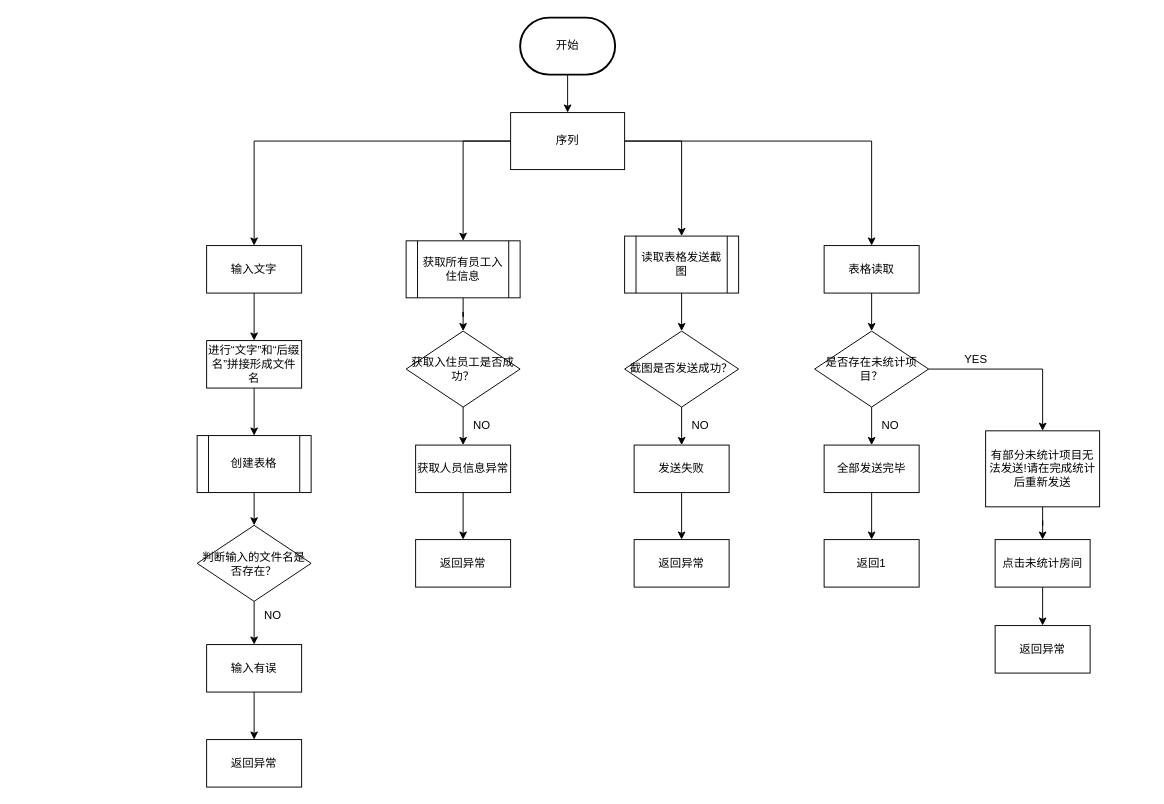
The draw.io diagram page "Main函数" (3 of 12) of Diagram Tanpa Judul.drawio in huangbaozhi/UML, before the edit. Source tidied: cells renumbered, new cells numbered last; positions are measured from the earlier drawing's top-left corner, leaving out a move shared by most shapes. Both pictures are drawn from the tidied source at 95%, with x=0, y=0 at pixel (197, 17).
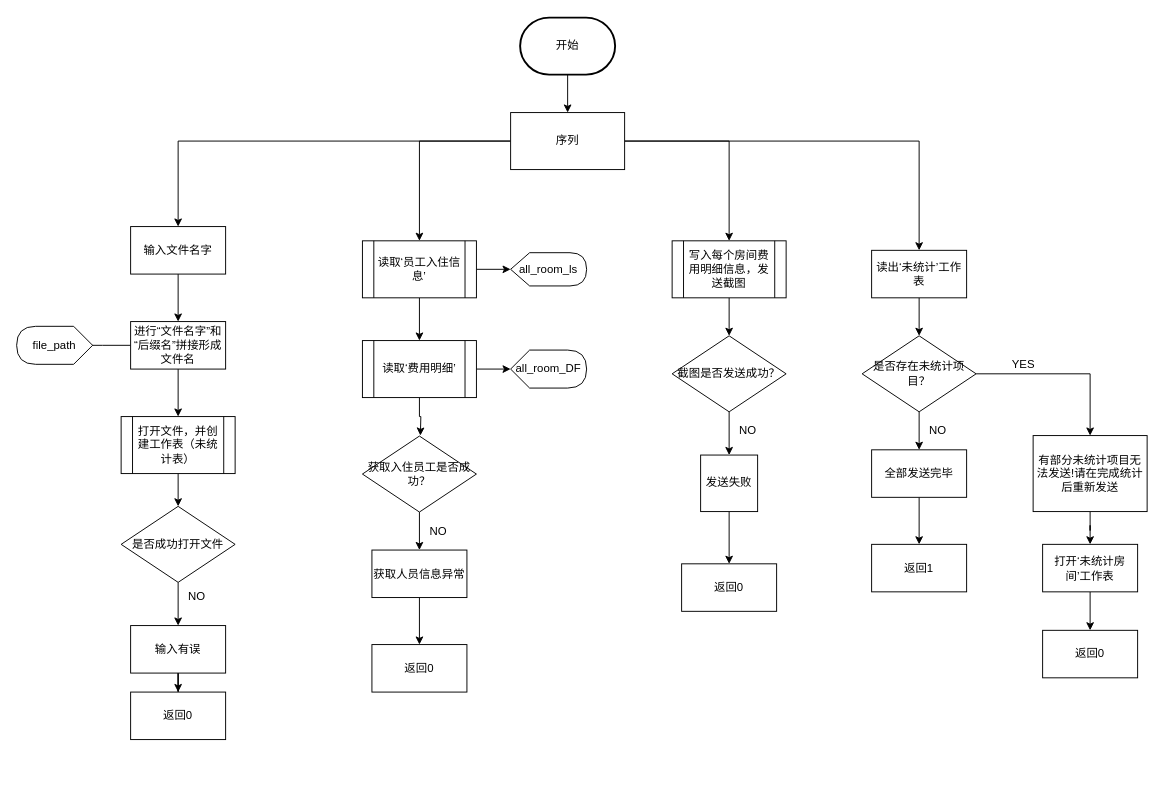
The same diagram, later.

The change refers to these unchanged cells:
```xml
<mxCell id="8" value="序列" style="rounded=0;whiteSpace=wrap;html=1;" parent="1" vertex="1">
  <mxGeometry x="330" y="100" width="120" height="60" as="geometry" />
</mxCell>
```

The edit, as a diff of the source:
```diff
@@
+    <mxCell id="7" style="edgeStyle=orthogonalEdgeStyle;rounded=0;jettySize=auto;html=1;entryX=0.5;entryY=0;entryDx=0;entryDy=0;" parent="1" edge="1" source="8" target="32">
+      <mxGeometry relative="1" as="geometry" />
+    </mxCell>
-    <mxCell id="5" style="edgeStyle=orthogonalEdgeStyle;rounded=0;jettySize=auto;html=1;" parent="1" edge="1" source="8" target="34">
-      <mxGeometry relative="1" as="geometry">
-        <Array as="points">
-          <mxPoint x="280" y="130" />
-        </Array>
-      </mxGeometry>
+    <mxCell id="5" style="edgeStyle=orthogonalEdgeStyle;rounded=0;jettySize=auto;html=1;exitX=0;exitY=0.5;exitDx=0;exitDy=0;entryX=0.5;entryY=0;entryDx=0;entryDy=0;" parent="1" edge="1" source="8" target="34">
+      <mxGeometry relative="1" as="geometry" />
     </mxCell>
-    <mxCell id="6" style="edgeStyle=orthogonalEdgeStyle;rounded=0;jettySize=auto;html=1;entryX=0.5;entryY=0;entryDx=0;entryDy=0;" parent="1" edge="1" source="8" target="36">
-      <mxGeometry relative="1" as="geometry">
-        <Array as="points">
-          <mxPoint x="510" y="130" />
-        </Array>
-      </mxGeometry>
+    <mxCell id="6" style="edgeStyle=orthogonalEdgeStyle;rounded=0;jettySize=auto;html=1;exitX=1;exitY=0.5;exitDx=0;exitDy=0;entryX=0.5;entryY=0;entryDx=0;entryDy=0;" parent="1" edge="1" source="8" target="36">
+      <mxGeometry relative="1" as="geometry" />
     </mxCell>
-    <mxCell id="7" style="edgeStyle=orthogonalEdgeStyle;rounded=0;jettySize=auto;html=1;entryX=0.5;entryY=0;entryDx=0;entryDy=0;" parent="1" edge="1" source="8" target="32">
-      <mxGeometry relative="1" as="geometry" />
-    </mxCell>
@@
-    <mxCell id="10" value="输入文字" style="rounded=0;whiteSpace=wrap;html=1;" parent="1" vertex="1">
-      <mxGeometry x="10" y="240" width="100" height="50" as="geometry" />
+    <mxCell id="10" value="输入文件名字" style="rounded=0;whiteSpace=wrap;html=1;" parent="1" vertex="1">
+      <mxGeometry x="-70" y="220" width="100" height="50" as="geometry" />
     </mxCell>
@@
+    <mxCell id="52" style="edgeStyle=orthogonalEdgeStyle;rounded=0;jettySize=auto;html=1;exitX=0;exitY=0.5;exitDx=0;exitDy=0;entryX=1;entryY=0.5;entryDx=0;entryDy=0;entryPerimeter=0;" parent="1" edge="1" source="12">
+      <mxGeometry relative="1" as="geometry">
+        <mxPoint x="-130" y="345" as="targetPoint" />
+      </mxGeometry>
+    </mxCell>
-    <mxCell id="12" value="进行“文字”和“后缀名”拼接形成文件名" style="rounded=0;whiteSpace=wrap;html=1;" parent="1" vertex="1">
-      <mxGeometry x="10" y="340" width="100" height="50" as="geometry" />
+    <mxCell id="12" value="进行“文件名字”和“后缀名”拼接形成文件名" style="rounded=0;whiteSpace=wrap;html=1;" parent="1" vertex="1">
+      <mxGeometry x="-70" y="320" width="100" height="50" as="geometry" />
     </mxCell>
@@
-    <mxCell id="14" value="判断输入的文件名是否存在？" style="rhombus;whiteSpace=wrap;html=1;" parent="1" vertex="1">
-      <mxGeometry y="534.5" width="120" height="80" as="geometry" />
+    <mxCell id="14" value="是否成功打开文件" style="rhombus;whiteSpace=wrap;html=1;" parent="1" vertex="1">
+      <mxGeometry x="-80" y="514.5" width="120" height="80" as="geometry" />
     </mxCell>
@@
     <mxCell id="16" value="输入有误" style="rounded=0;whiteSpace=wrap;html=1;" parent="1" vertex="1">
-      <mxGeometry x="10" y="660" width="100" height="50" as="geometry" />
+      <mxGeometry x="-70" y="640" width="100" height="50" as="geometry" />
     </mxCell>
-    <mxCell id="17" value="返回异常" style="rounded=0;whiteSpace=wrap;html=1;" parent="1" vertex="1">
-      <mxGeometry x="10" y="760" width="100" height="50" as="geometry" />
+    <mxCell id="17" value="返回0" style="rounded=0;whiteSpace=wrap;html=1;" parent="1" vertex="1">
+      <mxGeometry x="-70" y="710" width="100" height="50" as="geometry" />
     </mxCell>
     <mxCell id="18" value="NO" style="text;html=1;strokeColor=none;fillColor=none;align=center;verticalAlign=middle;whiteSpace=wrap;rounded=0;" parent="1" vertex="1">
-      <mxGeometry x="60" y="620" width="40" height="20" as="geometry" />
+      <mxGeometry x="-20" y="600" width="40" height="20" as="geometry" />
     </mxCell>
@@
     <mxCell id="20" value="获取人员信息异常" style="rounded=0;whiteSpace=wrap;html=1;" parent="1" vertex="1">
-      <mxGeometry x="230" y="450" width="100" height="50" as="geometry" />
+      <mxGeometry x="184" y="560.5" width="100" height="50" as="geometry" />
     </mxCell>
@@
     <mxCell id="22" value="获取入住员工是否成功？" style="rhombus;whiteSpace=wrap;html=1;" parent="1" vertex="1">
-      <mxGeometry x="220" y="330" width="120" height="80" as="geometry" />
+      <mxGeometry x="174" y="440.5" width="120" height="80" as="geometry" />
     </mxCell>
     <mxCell id="23" value="NO" style="text;html=1;strokeColor=none;fillColor=none;align=center;verticalAlign=middle;whiteSpace=wrap;rounded=0;" parent="1" vertex="1">
-      <mxGeometry x="280" y="420" width="40" height="20" as="geometry" />
+      <mxGeometry x="234" y="530.5" width="40" height="20" as="geometry" />
     </mxCell>
-    <mxCell id="24" value="返回异常" style="rounded=0;whiteSpace=wrap;html=1;" parent="1" vertex="1">
-      <mxGeometry x="230" y="549.5" width="100" height="50" as="geometry" />
+    <mxCell id="24" value="返回0" style="rounded=0;whiteSpace=wrap;html=1;" parent="1" vertex="1">
+      <mxGeometry x="184" y="660" width="100" height="50" as="geometry" />
     </mxCell>
@@
     <mxCell id="26" value="截图是否发送成功？" style="rhombus;whiteSpace=wrap;html=1;" parent="1" vertex="1">
-      <mxGeometry x="450" y="330" width="120" height="80" as="geometry" />
+      <mxGeometry x="500" y="335" width="120" height="80" as="geometry" />
     </mxCell>
@@
     <mxCell id="28" value="发送失败" style="rounded=0;whiteSpace=wrap;html=1;" parent="1" vertex="1">
-      <mxGeometry x="460" y="450" width="100" height="50" as="geometry" />
+      <mxGeometry x="530" y="460.5" width="60" height="59.5" as="geometry" />
     </mxCell>
-    <mxCell id="29" value="返回异常" style="rounded=0;whiteSpace=wrap;html=1;" parent="1" vertex="1">
-      <mxGeometry x="460" y="549.5" width="100" height="50" as="geometry" />
+    <mxCell id="29" value="返回0" style="rounded=0;whiteSpace=wrap;html=1;" parent="1" vertex="1">
+      <mxGeometry x="510" y="575" width="100" height="50" as="geometry" />
     </mxCell>
     <mxCell id="30" value="NO" style="text;html=1;strokeColor=none;fillColor=none;align=center;verticalAlign=middle;whiteSpace=wrap;rounded=0;" parent="1" vertex="1">
-      <mxGeometry x="510" y="420" width="40" height="20" as="geometry" />
+      <mxGeometry x="560" y="425" width="40" height="20" as="geometry" />
     </mxCell>
@@
-    <mxCell id="32" value="表格读取" style="rounded=0;whiteSpace=wrap;html=1;" parent="1" vertex="1">
-      <mxGeometry x="660" y="240" width="100" height="50" as="geometry" />
+    <mxCell id="32" value="读出‘未统计’工作表" style="rounded=0;whiteSpace=wrap;html=1;" parent="1" vertex="1">
+      <mxGeometry x="710" y="245" width="100" height="50" as="geometry" />
     </mxCell>
-    <mxCell id="33" style="edgeStyle=orthogonalEdgeStyle;rounded=0;jettySize=auto;html=1;" parent="1" edge="1" source="34" target="22">
-      <mxGeometry relative="1" as="geometry" />
-    </mxCell>
+    <mxCell id="53" style="edgeStyle=orthogonalEdgeStyle;rounded=0;jettySize=auto;html=1;exitX=1;exitY=0.5;exitDx=0;exitDy=0;entryX=0;entryY=0.5;entryDx=0;entryDy=0;entryPerimeter=0;" parent="1" edge="1" source="34" target="56">
+      <mxGeometry relative="1" as="geometry" />
+    </mxCell>
+    <mxCell id="54" style="edgeStyle=orthogonalEdgeStyle;rounded=0;jettySize=auto;html=1;exitX=0.5;exitY=1;exitDx=0;exitDy=0;entryX=0.5;entryY=0;entryDx=0;entryDy=0;" parent="1" edge="1" source="34" target="59">
+      <mxGeometry relative="1" as="geometry" />
+    </mxCell>
-    <mxCell id="34" value="&lt;span&gt;获取所有员工入住信息&lt;/span&gt;" style="shape=process;whiteSpace=wrap;html=1;backgroundOutline=1;" parent="1" vertex="1">
-      <mxGeometry x="220" y="235" width="120" height="60" as="geometry" />
+    <mxCell id="34" value="读取‘员工入住信息’" style="shape=process;whiteSpace=wrap;html=1;backgroundOutline=1;" parent="1" vertex="1">
+      <mxGeometry x="174" y="235" width="120" height="60" as="geometry" />
     </mxCell>
@@
-    <mxCell id="36" value="读取表格发送截图" style="shape=process;whiteSpace=wrap;html=1;backgroundOutline=1;" parent="1" vertex="1">
-      <mxGeometry x="450" y="230" width="120" height="60" as="geometry" />
+    <mxCell id="36" value="写入每个房间费用明细信息，发送截图" style="shape=process;whiteSpace=wrap;html=1;backgroundOutline=1;" parent="1" vertex="1">
+      <mxGeometry x="500" y="235" width="120" height="60" as="geometry" />
     </mxCell>
@@
     <mxCell id="39" value="是否存在未统计项目？" style="rhombus;whiteSpace=wrap;html=1;" parent="1" vertex="1">
-      <mxGeometry x="650" y="330" width="120" height="80" as="geometry" />
+      <mxGeometry x="700" y="335" width="120" height="80" as="geometry" />
     </mxCell>
@@
     <mxCell id="41" value="全部发送完毕" style="rounded=0;whiteSpace=wrap;html=1;" parent="1" vertex="1">
-      <mxGeometry x="660" y="450" width="100" height="50" as="geometry" />
+      <mxGeometry x="710" y="455" width="100" height="50" as="geometry" />
     </mxCell>
     <mxCell id="42" value="NO" style="text;html=1;strokeColor=none;fillColor=none;align=center;verticalAlign=middle;whiteSpace=wrap;rounded=0;" parent="1" vertex="1">
-      <mxGeometry x="710" y="420" width="40" height="20" as="geometry" />
+      <mxGeometry x="760" y="425" width="40" height="20" as="geometry" />
     </mxCell>
     <mxCell id="43" value="返回1" style="rounded=0;whiteSpace=wrap;html=1;" parent="1" vertex="1">
-      <mxGeometry x="660" y="549.5" width="100" height="50" as="geometry" />
+      <mxGeometry x="710" y="554.5" width="100" height="50" as="geometry" />
     </mxCell>
@@
     <mxCell id="45" value="有部分未统计项目无法发送!请在完成统计后重新发送" style="rounded=0;whiteSpace=wrap;html=1;" parent="1" vertex="1">
-      <mxGeometry x="830" y="435" width="120" height="80" as="geometry" />
+      <mxGeometry x="880" y="440" width="120" height="80" as="geometry" />
     </mxCell>
     <mxCell id="46" value="YES" style="text;html=1;strokeColor=none;fillColor=none;align=center;verticalAlign=middle;whiteSpace=wrap;rounded=0;" parent="1" vertex="1">
-      <mxGeometry x="800" y="350" width="40" height="20" as="geometry" />
+      <mxGeometry x="850" y="355" width="40" height="20" as="geometry" />
     </mxCell>
@@
-    <mxCell id="48" value="点击未统计房间" style="rounded=0;whiteSpace=wrap;html=1;" parent="1" vertex="1">
-      <mxGeometry x="840" y="549.5" width="100" height="50" as="geometry" />
+    <mxCell id="48" value="打开‘未统计房间’工作表" style="rounded=0;whiteSpace=wrap;html=1;" parent="1" vertex="1">
+      <mxGeometry x="890" y="554.5" width="100" height="50" as="geometry" />
     </mxCell>
-    <mxCell id="49" value="返回异常" style="rounded=0;whiteSpace=wrap;html=1;" parent="1" vertex="1">
-      <mxGeometry x="840" y="640" width="100" height="50" as="geometry" />
+    <mxCell id="49" value="返回0" style="rounded=0;whiteSpace=wrap;html=1;" parent="1" vertex="1">
+      <mxGeometry x="890" y="645" width="100" height="50" as="geometry" />
     </mxCell>
@@
-    <mxCell id="51" value="创建表格" style="shape=process;whiteSpace=wrap;html=1;backgroundOutline=1;" parent="1" vertex="1">
-      <mxGeometry y="440" width="120" height="60" as="geometry" />
+    <mxCell id="51" value="打开文件，并创建工作表（未统计表）" style="shape=process;whiteSpace=wrap;html=1;backgroundOutline=1;" parent="1" vertex="1">
+      <mxGeometry x="-80" y="420" width="120" height="60" as="geometry" />
     </mxCell>
+    <mxCell id="55" value="file_path" style="shape=display;whiteSpace=wrap;html=1;direction=west;" parent="1" vertex="1">
+      <mxGeometry x="-190" y="325" width="80" height="40" as="geometry" />
+    </mxCell>
+    <mxCell id="56" value="all_room_ls&lt;br&gt;" style="shape=display;whiteSpace=wrap;html=1;" parent="1" vertex="1">
+      <mxGeometry x="330" y="247.5" width="80" height="35" as="geometry" />
+    </mxCell>
+    <mxCell id="57" style="edgeStyle=orthogonalEdgeStyle;rounded=0;jettySize=auto;html=1;exitX=0.5;exitY=1;exitDx=0;exitDy=0;" parent="1" edge="1" source="59">
+      <mxGeometry relative="1" as="geometry">
+        <mxPoint x="235" y="440" as="targetPoint" />
+      </mxGeometry>
+    </mxCell>
+    <mxCell id="58" style="edgeStyle=orthogonalEdgeStyle;rounded=0;jettySize=auto;html=1;exitX=1;exitY=0.5;exitDx=0;exitDy=0;" parent="1" edge="1" source="59">
+      <mxGeometry relative="1" as="geometry">
+        <mxPoint x="330" y="370" as="targetPoint" />
+      </mxGeometry>
+    </mxCell>
+    <mxCell id="59" value="读取‘费用明细’" style="shape=process;whiteSpace=wrap;html=1;backgroundOutline=1;" parent="1" vertex="1">
+      <mxGeometry x="174" y="340" width="120" height="60" as="geometry" />
+    </mxCell>
+    <mxCell id="60" value="all_room_DF" style="shape=display;whiteSpace=wrap;html=1;" parent="1" vertex="1">
+      <mxGeometry x="330" y="350" width="80" height="40" as="geometry" />
+    </mxCell>
```
